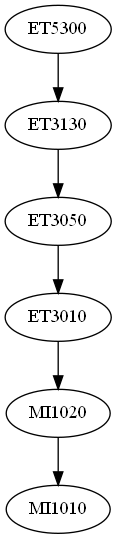
Before: graphviz/output/round-table.gv.png, a diagram exported from Graphviz (dominhvu2605/SubjectCollectorInHust). Its source is kept beside it as graphviz/output/round-table.gv. Source of this version:
```dot
digraph {
	ET5300 -> ET3130
	ET3130 -> ET3050
	ET3050 -> ET3010
	ET3010 -> MI1020
	MI1020 -> MI1010
}
```
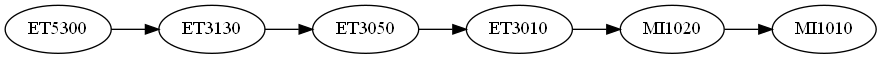
The same file after the commit.

Change to the diagram source:
```diff
@@ -1,4 +1,5 @@
 digraph {
+	graph [rankdir=LR]
 	ET5300 -> ET3130
 	ET3130 -> ET3050
 	ET3050 -> ET3010
```
